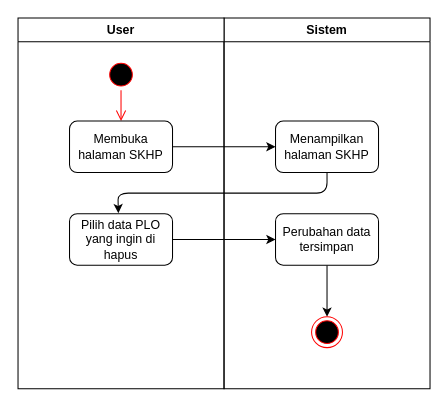
Earlier version of the draw.io diagram SKHP/hapusSKHP.drawio (rismanrhz/idms). Source tidied: cells renumbered, new cells numbered last; positions are measured from the earlier drawing's top-left corner, leaving out a move shared by most shapes. Both pictures are drawn from the tidied source at 103%, with x=0, y=0 at pixel (18, 18).
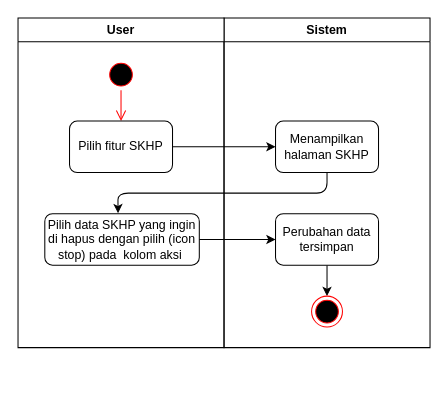
Above is the later version.

Change to the diagram source:
```diff
@@
 <mxGraphModel>
   <root>
     <mxCell id="0" />
     <mxCell id="1" parent="0" />
     <mxCell id="2" value="Sistem" style="swimlane;whiteSpace=wrap;html=1;" parent="1" vertex="1">
-      <mxGeometry x="200" width="200" height="360" as="geometry" />
+      <mxGeometry x="200" width="200" height="320" as="geometry" />
     </mxCell>
     <mxCell id="3" value="Menampilkan halaman SKHP" style="rounded=1;whiteSpace=wrap;html=1;" parent="2" vertex="1">
       <mxGeometry x="50" y="100" width="100" height="50" as="geometry" />
     </mxCell>
     <mxCell id="4" style="edgeStyle=none;html=1;" parent="2" edge="1" source="5" target="6">
       <mxGeometry relative="1" as="geometry" />
     </mxCell>
     <mxCell id="5" value="Perubahan data tersimpan" style="rounded=1;whiteSpace=wrap;html=1;" parent="2" vertex="1">
       <mxGeometry x="50" y="190" width="100" height="50" as="geometry" />
     </mxCell>
     <mxCell id="6" style="ellipse;html=1;shape=endState;fillColor=#000000;strokeColor=#ff0000;" parent="2" vertex="1">
-      <mxGeometry x="85" y="290" width="30" height="30" as="geometry" />
+      <mxGeometry x="85" y="270" width="30" height="30" as="geometry" />
     </mxCell>
     <mxCell id="7" value="User" style="swimlane;whiteSpace=wrap;html=1;" parent="1" vertex="1">
-      <mxGeometry width="200" height="360" as="geometry" />
+      <mxGeometry width="200" height="320" as="geometry" />
     </mxCell>
     <mxCell id="8" style="ellipse;html=1;shape=startState;fillColor=#000000;strokeColor=#ff0000;" parent="7" vertex="1">
       <mxGeometry x="85" y="40" width="30" height="30" as="geometry" />
     </mxCell>
     <mxCell id="9" style="edgeStyle=orthogonalEdgeStyle;html=1;verticalAlign=bottom;endArrow=open;endSize=8;strokeColor=#ff0000;entryX=0.5;entryY=0;entryDx=0;entryDy=0;" parent="7" edge="1" source="8" target="10">
       <mxGeometry relative="1" as="geometry" />
     </mxCell>
-    <mxCell id="10" value="Membuka halaman SKHP" style="rounded=1;whiteSpace=wrap;html=1;" parent="7" vertex="1">
+    <mxCell id="10" value="Pilih fitur SKHP" style="rounded=1;whiteSpace=wrap;html=1;" parent="7" vertex="1">
       <mxGeometry x="50" y="100" width="100" height="50" as="geometry" />
     </mxCell>
-    <mxCell id="11" value="Pilih data PLO yang ingin di hapus" style="rounded=1;whiteSpace=wrap;html=1;" parent="7" vertex="1">
-      <mxGeometry x="50" y="190" width="100" height="50" as="geometry" />
+    <mxCell id="11" value="&lt;span style=&quot;color: rgb(0, 0, 0);&quot;&gt;Pilih data SKHP yang ingin di hapus dengan pilih (icon stop) pada&amp;nbsp; kolom aksi&amp;nbsp;&lt;/span&gt;" style="rounded=1;whiteSpace=wrap;html=1;" parent="7" vertex="1">
+      <mxGeometry x="26" y="190" width="150" height="50" as="geometry" />
     </mxCell>
     <mxCell id="12" style="edgeStyle=none;html=1;" parent="1" edge="1" source="10" target="3">
       <mxGeometry relative="1" as="geometry" />
     </mxCell>
     <mxCell id="13" style="edgeStyle=none;html=1;entryX=0.474;entryY=-0.011;entryDx=0;entryDy=0;entryPerimeter=0;" parent="1" edge="1" source="3" target="11">
       <mxGeometry relative="1" as="geometry">
         <Array as="points">
           <mxPoint x="300" y="170" />
           <mxPoint x="97" y="170" />
         </Array>
       </mxGeometry>
     </mxCell>
     <mxCell id="14" style="edgeStyle=none;html=1;" parent="1" edge="1" source="11" target="5">
       <mxGeometry relative="1" as="geometry" />
     </mxCell>
   </root>
 </mxGraphModel>
```
